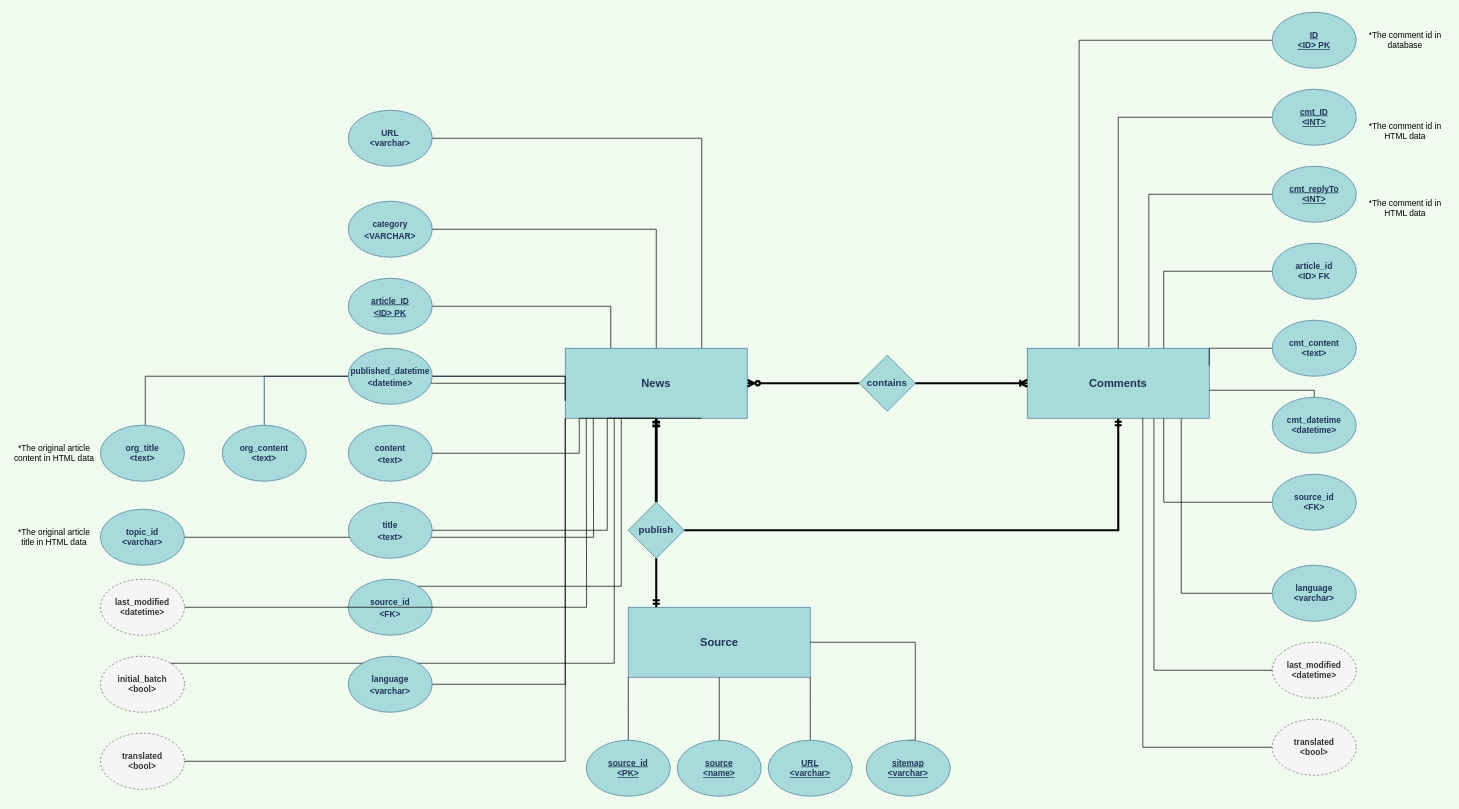
This is news_dataset.drawio from xiaochen93/xiaochen93, a draw.io file, before an edit. Source tidied: cells renumbered, new cells numbered last; positions are measured from the earlier drawing's top-left corner, leaving out a move shared by most shapes. Both pictures are drawn from the tidied source at 70%, with x=0, y=0 at pixel (12, 12).
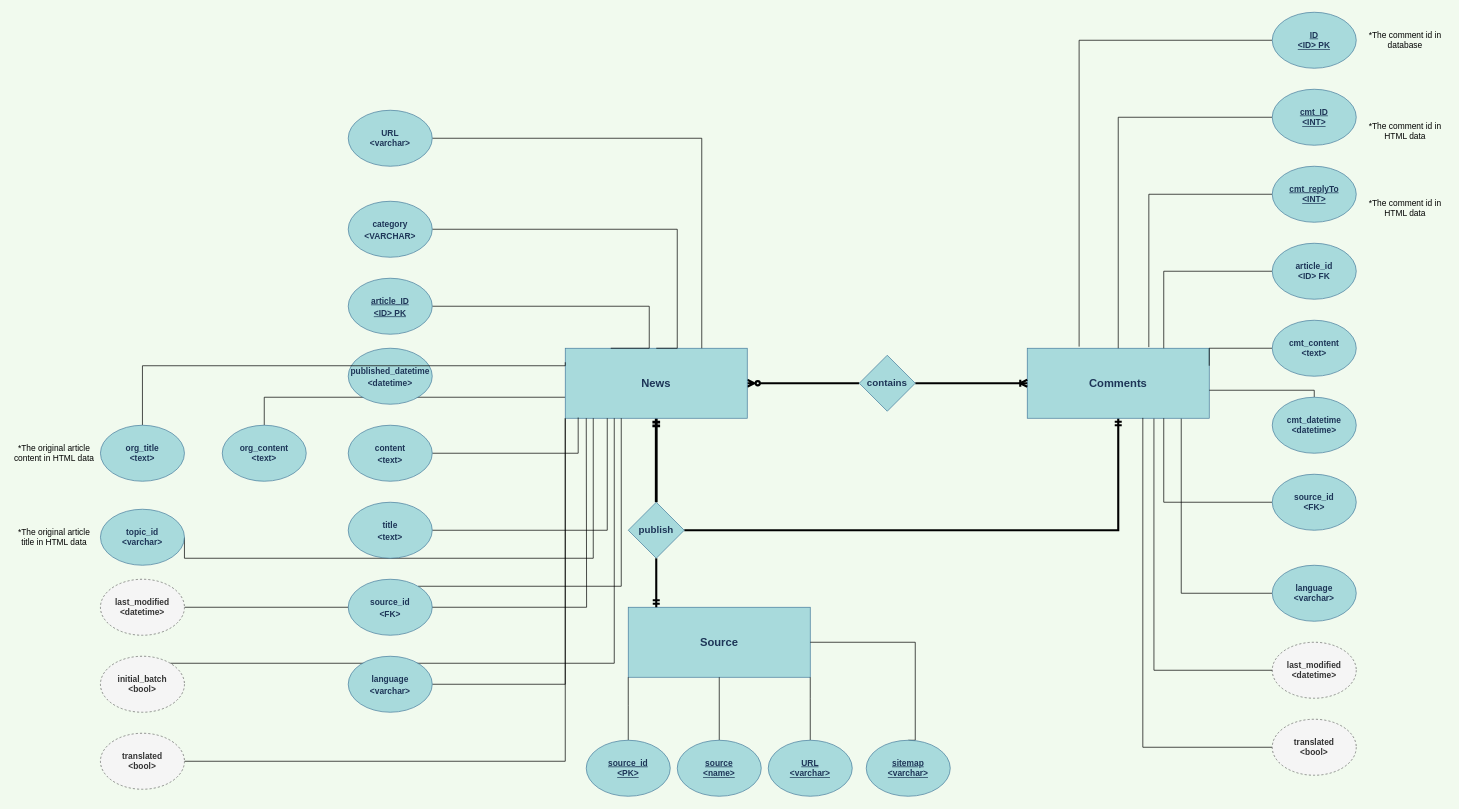
After the change.

Unchanged cells that the change refers to:
```xml
<mxCell id="5" value="News" style="rounded=0;whiteSpace=wrap;html=1;fontSize=16;fontStyle=1;fillColor=#A8DADC;strokeColor=#457B9D;fontColor=#1D3557;" parent="1" vertex="1">
  <mxGeometry x="790" y="480" width="260" height="100" as="geometry" />
</mxCell>
<mxCell id="7" value="&lt;font style=&quot;font-size: 12px;&quot;&gt;article_ID&lt;br style=&quot;&quot;&gt;&amp;lt;ID&amp;gt; PK&lt;/font&gt;" style="ellipse;whiteSpace=wrap;html=1;fontStyle=5;fontSize=14;fontColor=#1D3557;fillColor=#A8DADC;strokeColor=#457B9D;" parent="1" vertex="1">
  <mxGeometry x="480" y="380" width="120" height="80" as="geometry" />
</mxCell>
<mxCell id="10" value="&lt;font style=&quot;font-size: 12px;&quot;&gt;category&lt;br style=&quot;&quot;&gt;&amp;lt;VARCHAR&amp;gt;&lt;/font&gt;" style="ellipse;whiteSpace=wrap;html=1;fontStyle=1;fontSize=14;fillColor=#A8DADC;strokeColor=#457B9D;fontColor=#1D3557;" parent="1" vertex="1">
  <mxGeometry x="480" y="270" width="120" height="80" as="geometry" />
</mxCell>
<mxCell id="42" value="topic_id&lt;br style=&quot;font-size: 12px;&quot;&gt;&amp;lt;varchar&amp;gt;" style="ellipse;whiteSpace=wrap;html=1;fontStyle=1;fontSize=12;fillColor=#A8DADC;strokeColor=#457B9D;fontColor=#1D3557;" parent="1" vertex="1">
  <mxGeometry x="126" y="710" width="120" height="80" as="geometry" />
</mxCell>
<mxCell id="61" value="&lt;font style=&quot;font-size: 12px;&quot;&gt;published_datetime&lt;br style=&quot;&quot;&gt;&amp;lt;datetime&amp;gt;&lt;/font&gt;" style="ellipse;whiteSpace=wrap;html=1;fontStyle=1;fontSize=14;fillColor=#A8DADC;strokeColor=#457B9D;fontColor=#1D3557;" parent="1" vertex="1">
  <mxGeometry x="480" y="480" width="120" height="80" as="geometry" />
</mxCell>
<mxCell id="62" value="&lt;font style=&quot;font-size: 12px;&quot;&gt;content&lt;br style=&quot;&quot;&gt;&amp;lt;text&amp;gt;&lt;/font&gt;" style="ellipse;whiteSpace=wrap;html=1;fontStyle=1;fontSize=14;fillColor=#A8DADC;strokeColor=#457B9D;fontColor=#1D3557;" parent="1" vertex="1">
  <mxGeometry x="480" y="590" width="120" height="80" as="geometry" />
</mxCell>
<mxCell id="63" value="&lt;font style=&quot;font-size: 12px;&quot;&gt;title&lt;br style=&quot;&quot;&gt;&amp;lt;text&amp;gt;&lt;/font&gt;" style="ellipse;whiteSpace=wrap;html=1;fontStyle=1;fillColor=#A8DADC;strokeColor=#457B9D;fontColor=#1D3557;fontSize=14;" parent="1" vertex="1">
  <mxGeometry x="480" y="700" width="120" height="80" as="geometry" />
</mxCell>
<mxCell id="70" value="org_content&lt;br style=&quot;font-size: 12px;&quot;&gt;&amp;lt;text&amp;gt;" style="ellipse;whiteSpace=wrap;html=1;fontStyle=1;fontSize=12;fillColor=#A8DADC;strokeColor=#457B9D;fontColor=#1D3557;" parent="1" vertex="1">
  <mxGeometry x="300" y="590" width="120" height="80" as="geometry" />
</mxCell>
<mxCell id="71" value="org_title&lt;br style=&quot;font-size: 12px;&quot;&gt;&amp;lt;text&amp;gt;" style="ellipse;whiteSpace=wrap;html=1;fontStyle=1;fontSize=12;fillColor=#A8DADC;strokeColor=#457B9D;fontColor=#1D3557;" parent="1" vertex="1">
  <mxGeometry x="126" y="590" width="120" height="80" as="geometry" />
</mxCell>
```

What changed in the source:
```diff
@@
+    <mxCell id="73" style="edgeStyle=orthogonalEdgeStyle;rounded=0;jettySize=auto;html=1;entryX=0.5;entryY=0;entryDx=0;entryDy=0;strokeColor=#000000;strokeWidth=1;fontSize=12;endArrow=none;endFill=0;" parent="1" edge="1" source="5" target="70">
+      <mxGeometry relative="1" as="geometry">
+        <Array as="points">
+          <mxPoint x="360" y="550" />
+        </Array>
+      </mxGeometry>
+    </mxCell>
@@
     <mxCell id="6" style="edgeStyle=orthogonalEdgeStyle;rounded=0;jettySize=auto;html=1;entryX=0.25;entryY=0;entryDx=0;entryDy=0;fontSize=16;endArrow=none;endFill=0;labelBackgroundColor=#F1FAEE;strokeColor=#000000;fontColor=#1D3557;" parent="1" edge="1" source="7" target="5">
-      <mxGeometry relative="1" as="geometry" />
+      <mxGeometry relative="1" as="geometry">
+        <Array as="points">
+          <mxPoint x="910" y="420" />
+          <mxPoint x="910" y="480" />
+        </Array>
+      </mxGeometry>
     </mxCell>
@@
-    <mxCell id="8" style="edgeStyle=orthogonalEdgeStyle;rounded=0;jettySize=auto;html=1;entryX=0;entryY=0.5;entryDx=0;entryDy=0;fontSize=16;endArrow=none;endFill=0;labelBackgroundColor=#F1FAEE;strokeColor=#000000;fontColor=#1D3557;" parent="1" edge="1" source="61" target="5">
-      <mxGeometry relative="1" as="geometry">
-        <Array as="points">
-          <mxPoint x="690" y="530" />
-          <mxPoint x="690" y="530" />
-        </Array>
-      </mxGeometry>
-    </mxCell>
     <mxCell id="9" style="edgeStyle=orthogonalEdgeStyle;rounded=0;jettySize=auto;html=1;entryX=0.5;entryY=0;entryDx=0;entryDy=0;fontSize=16;endArrow=none;endFill=0;labelBackgroundColor=#F1FAEE;strokeColor=#000000;fontColor=#1D3557;" parent="1" edge="1" source="10" target="5">
       <mxGeometry relative="1" as="geometry">
         <Array as="points">
-          <mxPoint x="920" y="310" />
+          <mxPoint x="950" y="310" />
+          <mxPoint x="950" y="480" />
         </Array>
       </mxGeometry>
     </mxCell>
@@
-    <mxCell id="11" style="edgeStyle=orthogonalEdgeStyle;rounded=0;jettySize=auto;html=1;entryX=0.5;entryY=1;entryDx=0;entryDy=0;fontSize=16;endArrow=none;endFill=0;labelBackgroundColor=#F1FAEE;strokeColor=#000000;fontColor=#1D3557;" parent="1" edge="1" source="62" target="5">
-      <mxGeometry relative="1" as="geometry">
-        <Array as="points">
-          <mxPoint x="810" y="630" />
-          <mxPoint x="810" y="580" />
-        </Array>
-      </mxGeometry>
-    </mxCell>
-    <mxCell id="12" style="edgeStyle=orthogonalEdgeStyle;rounded=0;jettySize=auto;html=1;entryX=0.75;entryY=1;entryDx=0;entryDy=0;fontSize=16;endArrow=none;endFill=0;labelBackgroundColor=#F1FAEE;strokeColor=#000000;fontColor=#1D3557;" parent="1" edge="1" source="63" target="5">
+    <mxCell id="12" style="edgeStyle=orthogonalEdgeStyle;rounded=0;jettySize=auto;html=1;fontSize=16;endArrow=none;endFill=0;labelBackgroundColor=#F1FAEE;strokeColor=#000000;fontColor=#1D3557;" parent="1" edge="1" source="63">
       <mxGeometry relative="1" as="geometry">
+        <mxPoint x="850" y="580" as="targetPoint" />
         <Array as="points">
           <mxPoint x="850" y="740" />
           <mxPoint x="850" y="580" />
         </Array>
       </mxGeometry>
     </mxCell>
@@
-    <mxCell id="32" value="&lt;font style=&quot;font-size: 12px;&quot;&gt;source_id&lt;br style=&quot;&quot;&gt;&amp;lt;FK&amp;gt;&lt;/font&gt;" style="ellipse;whiteSpace=wrap;html=1;fontStyle=1;fillColor=#A8DADC;strokeColor=#457B9D;fontColor=#1D3557;fontSize=14;" parent="1" vertex="1">
-      <mxGeometry x="480" y="810" width="120" height="80" as="geometry" />
-    </mxCell>
@@
-    <mxCell id="40" style="edgeStyle=orthogonalEdgeStyle;rounded=0;jettySize=auto;html=1;entryX=0;entryY=0.75;entryDx=0;entryDy=0;fontSize=14;endArrow=none;endFill=0;strokeColor=#003366;" parent="1" edge="1" source="70" target="5">
-      <mxGeometry relative="1" as="geometry">
-        <Array as="points">
-          <mxPoint x="790" y="520" />
-        </Array>
-      </mxGeometry>
-    </mxCell>
     <mxCell id="41" style="edgeStyle=orthogonalEdgeStyle;rounded=0;jettySize=auto;html=1;endArrow=none;endFill=0;startArrow=none;exitX=1;exitY=0.5;exitDx=0;exitDy=0;" parent="1" edge="1" source="42">
       <mxGeometry relative="1" as="geometry">
         <mxPoint x="830" y="580" as="targetPoint" />
+        <Array as="points">
+          <mxPoint x="246" y="780" />
+          <mxPoint x="830" y="780" />
+        </Array>
       </mxGeometry>
     </mxCell>
@@
-    <mxCell id="43" style="edgeStyle=orthogonalEdgeStyle;rounded=0;jettySize=auto;html=1;entryX=0;entryY=0.75;entryDx=0;entryDy=0;fontSize=12;endArrow=none;endFill=0;" parent="1" edge="1" source="71" target="5">
-      <mxGeometry relative="1" as="geometry">
-        <Array as="points">
-          <mxPoint x="190" y="520" />
-          <mxPoint x="790" y="520" />
-        </Array>
-      </mxGeometry>
-    </mxCell>
@@
+    <mxCell id="11" style="edgeStyle=orthogonalEdgeStyle;rounded=0;jettySize=auto;html=1;entryX=0.071;entryY=0.99;entryDx=0;entryDy=0;entryPerimeter=0;strokeColor=#000000;strokeWidth=1;fontSize=12;endArrow=none;endFill=0;" parent="1" edge="1" source="62" target="5">
+      <mxGeometry relative="1" as="geometry" />
+    </mxCell>
@@
+    <mxCell id="74" style="edgeStyle=orthogonalEdgeStyle;rounded=0;jettySize=auto;html=1;strokeColor=#000000;strokeWidth=1;fontSize=12;endArrow=none;endFill=0;" parent="1" edge="1" source="71">
+      <mxGeometry relative="1" as="geometry">
+        <mxPoint x="790" y="500" as="targetPoint" />
+        <Array as="points">
+          <mxPoint x="186" y="505" />
+        </Array>
+      </mxGeometry>
+    </mxCell>
@@
+    <mxCell id="32" value="&lt;font style=&quot;font-size: 12px;&quot;&gt;source_id&lt;br style=&quot;&quot;&gt;&amp;lt;FK&amp;gt;&lt;/font&gt;" style="ellipse;whiteSpace=wrap;html=1;fontStyle=1;fillColor=#A8DADC;strokeColor=#457B9D;fontColor=#1D3557;fontSize=14;" parent="1" vertex="1">
+      <mxGeometry x="480" y="810" width="120" height="80" as="geometry" />
+    </mxCell>
```
